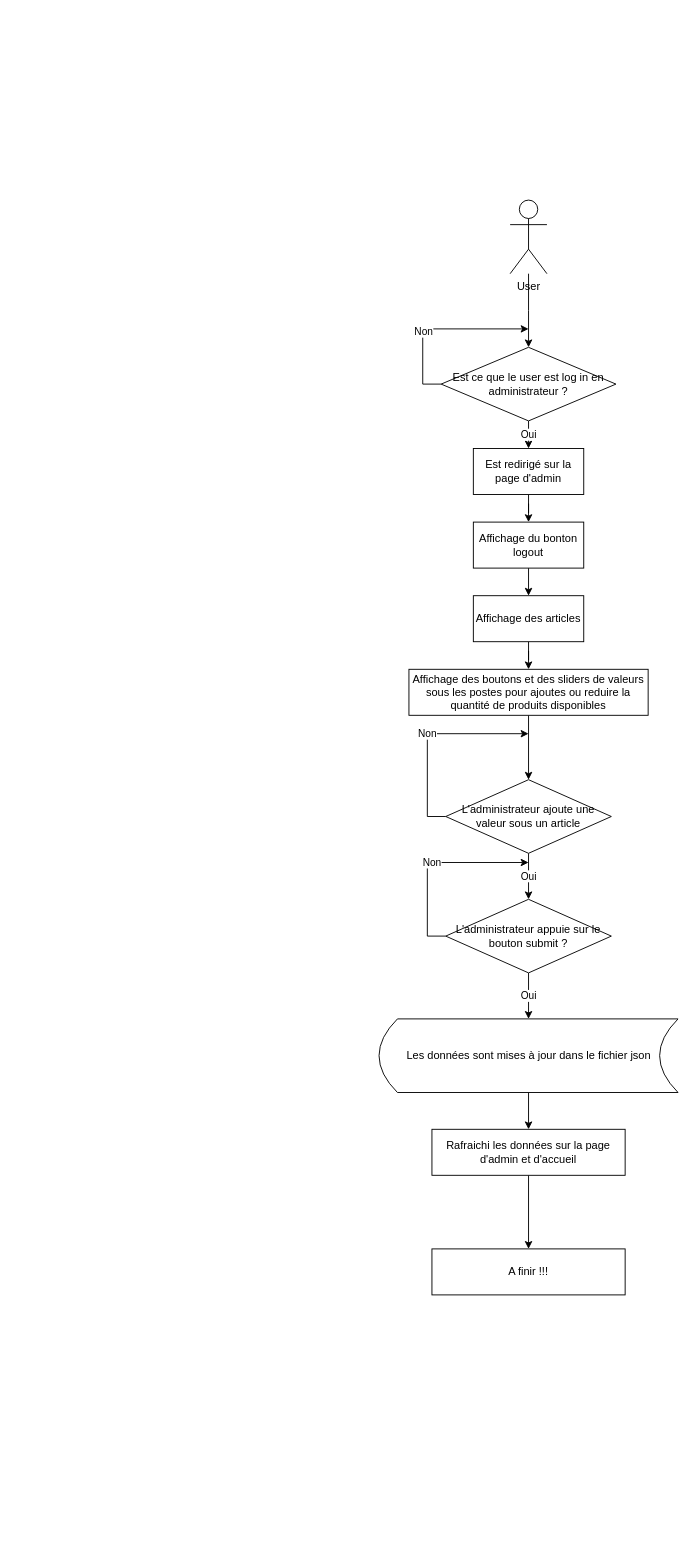
The draw.io diagram page "accès Admin et ajout article" (2 of 3) of Documentation/CDC/Diagramme de flux I-Shoes.drawio in romain-lnr/I_Shoes, before the edit. Source tidied: cells renumbered, new cells numbered last; positions are measured from the earlier drawing's top-left corner, leaving out a move shared by most shapes. Both pictures are drawn from the tidied source at 92%, with x=0, y=0 at pixel (379, 200).
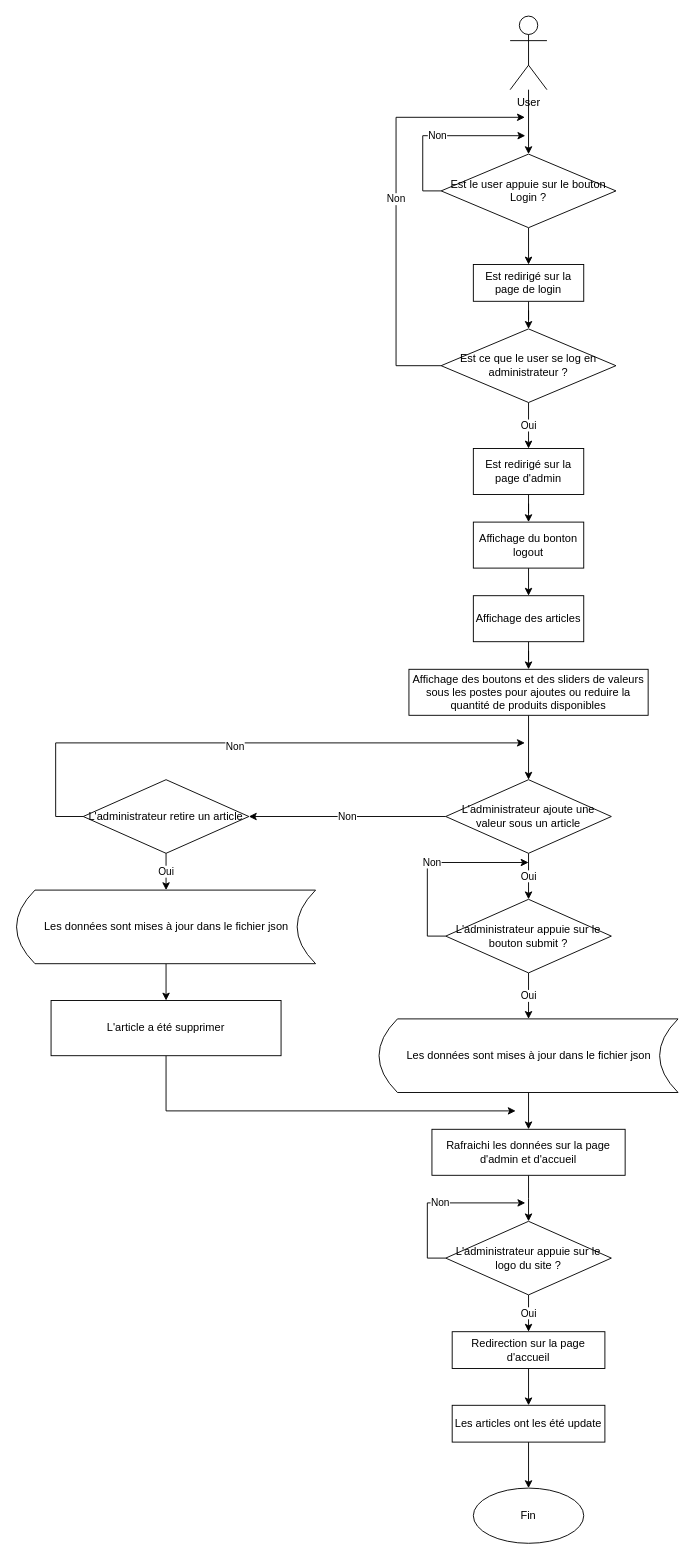
Above is the later version.

Unchanged cells that the change refers to:
```xml
<mxCell id="18" value="L'administrateur ajoute une valeur sous un article" style="rhombus;whiteSpace=wrap;html=1;rounded=0;" parent="1" vertex="1">
  <mxGeometry x="72" y="630" width="180" height="80" as="geometry" />
</mxCell>
<mxCell id="25" value="Rafraichi les données sur la page d'admin et d'accueil" style="whiteSpace=wrap;html=1;" parent="1" vertex="1">
  <mxGeometry x="57" y="1010" width="210" height="50" as="geometry" />
</mxCell>
```

Change to the diagram source:
```diff
@@
+    <mxCell id="27" style="edgeStyle=orthogonalEdgeStyle;rounded=0;jettySize=auto;html=1;" parent="1" edge="1" source="2" target="32">
+      <mxGeometry relative="1" as="geometry" />
+    </mxCell>
     <mxCell id="2" value="User" style="shape=umlActor;verticalLabelPosition=bottom;verticalAlign=top;html=1;outlineConnect=0;" parent="1" vertex="1">
-      <mxGeometry x="142" width="40" height="80" as="geometry" />
+      <mxGeometry x="142" y="-200" width="40" height="80" as="geometry" />
     </mxCell>
-    <mxCell id="3" style="edgeStyle=orthogonalEdgeStyle;rounded=0;jettySize=auto;html=1;" parent="1" edge="1" source="2">
-      <mxGeometry relative="1" as="geometry">
-        <mxPoint x="162" y="160" as="targetPoint" />
-      </mxGeometry>
-    </mxCell>
-    <mxCell id="4" style="edgeStyle=orthogonalEdgeStyle;rounded=0;orthogonalLoop=1;jettySize=auto;html=1;exitX=0;exitY=0.5;exitDx=0;exitDy=0;" parent="1" edge="1">
-      <mxGeometry relative="1" as="geometry">
-        <mxPoint x="67" y="200" as="sourcePoint" />
-        <mxPoint x="162" y="140" as="targetPoint" />
-        <Array as="points">
-          <mxPoint x="47" y="200" />
-          <mxPoint x="47" y="140" />
-        </Array>
-      </mxGeometry>
-    </mxCell>
-    <mxCell id="5" value="Non" style="edgeLabel;html=1;align=center;verticalAlign=middle;" parent="4" vertex="1">
-      <mxGeometry x="-0.2" relative="1" as="geometry" />
-    </mxCell>
@@
+    <mxCell id="28" value="Non" style="edgeStyle=orthogonalEdgeStyle;rounded=0;jettySize=auto;html=1;exitX=0;exitY=0.5;exitDx=0;exitDy=0;" parent="1" edge="1" source="7">
+      <mxGeometry relative="1" as="geometry">
+        <mxPoint x="158" y="-90" as="targetPoint" />
+        <Array as="points">
+          <mxPoint x="18" y="180" />
+          <mxPoint x="18" y="-90" />
+        </Array>
+      </mxGeometry>
+    </mxCell>
-    <mxCell id="7" value="Est ce que le user est log in en administrateur ?" style="rhombus;whiteSpace=wrap;html=1;rounded=0;" parent="1" vertex="1">
-      <mxGeometry x="67" y="160" width="190" height="80" as="geometry" />
+    <mxCell id="7" value="Est ce que le user se log en administrateur ?" style="rhombus;whiteSpace=wrap;html=1;rounded=0;" parent="1" vertex="1">
+      <mxGeometry x="67" y="140" width="190" height="80" as="geometry" />
     </mxCell>
@@
-    <mxCell id="16" value="Non" style="edgeStyle=orthogonalEdgeStyle;rounded=0;jettySize=auto;html=1;exitX=0;exitY=0.5;exitDx=0;exitDy=0;" parent="1" edge="1" source="18">
-      <mxGeometry relative="1" as="geometry">
-        <mxPoint x="162" y="580" as="targetPoint" />
-        <Array as="points">
-          <mxPoint x="52" y="670" />
-          <mxPoint x="52" y="580" />
-        </Array>
-      </mxGeometry>
-    </mxCell>
@@
+    <mxCell id="29" value="Non" style="edgeStyle=orthogonalEdgeStyle;rounded=0;jettySize=auto;html=1;" parent="1" edge="1" source="18" target="45">
+      <mxGeometry relative="1" as="geometry" />
+    </mxCell>
@@
-    <mxCell id="24" style="edgeStyle=orthogonalEdgeStyle;rounded=0;jettySize=auto;html=1;" parent="1" edge="1" source="25" target="26">
-      <mxGeometry relative="1" as="geometry" />
+    <mxCell id="24" style="edgeStyle=orthogonalEdgeStyle;rounded=0;jettySize=auto;html=1;" parent="1" edge="1" source="25">
+      <mxGeometry relative="1" as="geometry">
+        <mxPoint x="162" y="1110" as="targetPoint" />
+      </mxGeometry>
     </mxCell>
@@
-    <mxCell id="26" value="A finir !!!" style="whiteSpace=wrap;html=1;" parent="1" vertex="1">
-      <mxGeometry x="57" y="1140" width="210" height="50" as="geometry" />
-    </mxCell>
+    <mxCell id="30" value="Non" style="edgeStyle=orthogonalEdgeStyle;rounded=0;jettySize=auto;html=1;exitX=0;exitY=0.5;exitDx=0;exitDy=0;" parent="1" edge="1" source="32">
+      <mxGeometry relative="1" as="geometry">
+        <mxPoint x="158" y="-70" as="targetPoint" />
+      </mxGeometry>
+    </mxCell>
+    <mxCell id="31" style="edgeStyle=orthogonalEdgeStyle;rounded=0;jettySize=auto;html=1;" parent="1" edge="1" source="32" target="34">
+      <mxGeometry relative="1" as="geometry" />
+    </mxCell>
+    <mxCell id="32" value="Est le user appuie sur le bouton Login ?" style="rhombus;whiteSpace=wrap;html=1;rounded=0;" parent="1" vertex="1">
+      <mxGeometry x="67" y="-50" width="190" height="80" as="geometry" />
+    </mxCell>
+    <mxCell id="33" style="edgeStyle=orthogonalEdgeStyle;rounded=0;jettySize=auto;html=1;" parent="1" edge="1" source="34" target="7">
+      <mxGeometry relative="1" as="geometry" />
+    </mxCell>
+    <mxCell id="34" value="Est redirigé sur la page de login" style="whiteSpace=wrap;html=1;rounded=0;" parent="1" vertex="1">
+      <mxGeometry x="102" y="70" width="120" height="40" as="geometry" />
+    </mxCell>
+    <mxCell id="35" value="Non" style="edgeStyle=orthogonalEdgeStyle;rounded=0;jettySize=auto;html=1;exitX=0;exitY=0.5;exitDx=0;exitDy=0;" parent="1" edge="1" source="37">
+      <mxGeometry relative="1" as="geometry">
+        <mxPoint x="158" y="1090" as="targetPoint" />
+      </mxGeometry>
+    </mxCell>
+    <mxCell id="36" value="Oui" style="edgeStyle=orthogonalEdgeStyle;rounded=0;jettySize=auto;html=1;" parent="1" edge="1" source="37" target="39">
+      <mxGeometry relative="1" as="geometry" />
+    </mxCell>
+    <mxCell id="37" value="L'administrateur appuie sur le logo du site ?" style="rhombus;whiteSpace=wrap;html=1;rounded=0;" parent="1" vertex="1">
+      <mxGeometry x="72" y="1110" width="180" height="80" as="geometry" />
+    </mxCell>
+    <mxCell id="38" style="edgeStyle=orthogonalEdgeStyle;rounded=0;jettySize=auto;html=1;" parent="1" edge="1" source="39" target="41">
+      <mxGeometry relative="1" as="geometry" />
+    </mxCell>
+    <mxCell id="39" value="Redirection sur la page d'accueil" style="whiteSpace=wrap;html=1;rounded=0;" parent="1" vertex="1">
+      <mxGeometry x="79" y="1230" width="166" height="40" as="geometry" />
+    </mxCell>
+    <mxCell id="40" style="edgeStyle=orthogonalEdgeStyle;rounded=0;jettySize=auto;html=1;" parent="1" edge="1" source="41" target="42">
+      <mxGeometry relative="1" as="geometry" />
+    </mxCell>
+    <mxCell id="41" value="Les articles ont les été update" style="whiteSpace=wrap;html=1;rounded=0;" parent="1" vertex="1">
+      <mxGeometry x="79" y="1310" width="166" height="40" as="geometry" />
+    </mxCell>
+    <mxCell id="42" value="Fin" style="ellipse;whiteSpace=wrap;html=1;" parent="1" vertex="1">
+      <mxGeometry x="102" y="1400" width="120" height="60" as="geometry" />
+    </mxCell>
+    <mxCell id="43" style="edgeStyle=orthogonalEdgeStyle;rounded=0;jettySize=auto;html=1;exitX=0;exitY=0.5;exitDx=0;exitDy=0;" parent="1" edge="1" source="45">
+      <mxGeometry relative="1" as="geometry">
+        <mxPoint x="158" y="590" as="targetPoint" />
+        <Array as="points">
+          <mxPoint x="-352" y="670" />
+          <mxPoint x="-352" y="590" />
+        </Array>
+      </mxGeometry>
+    </mxCell>
+    <mxCell id="5" value="Non" style="edgeLabel;html=1;align=center;verticalAlign=middle;" parent="43" vertex="1">
+      <mxGeometry x="-0.02" y="-3" relative="1" as="geometry" />
+    </mxCell>
+    <mxCell id="44" value="Oui" style="edgeStyle=orthogonalEdgeStyle;rounded=0;jettySize=auto;html=1;" parent="1" edge="1" source="45" target="49">
+      <mxGeometry relative="1" as="geometry" />
+    </mxCell>
+    <mxCell id="45" value="L'administrateur retire un article" style="rhombus;whiteSpace=wrap;html=1;rounded=0;" parent="1" vertex="1">
+      <mxGeometry x="-322" y="630" width="180" height="80" as="geometry" />
+    </mxCell>
+    <mxCell id="46" style="edgeStyle=orthogonalEdgeStyle;rounded=0;jettySize=auto;html=1;exitX=0.5;exitY=1;exitDx=0;exitDy=0;" parent="1" edge="1" source="47">
+      <mxGeometry relative="1" as="geometry">
+        <mxPoint x="148" y="990" as="targetPoint" />
+        <Array as="points">
+          <mxPoint x="-232" y="990" />
+        </Array>
+      </mxGeometry>
+    </mxCell>
+    <mxCell id="47" value="L'article a été supprimer" style="whiteSpace=wrap;html=1;rounded=0;" parent="1" vertex="1">
+      <mxGeometry x="-357" y="870" width="250" height="60" as="geometry" />
+    </mxCell>
+    <mxCell id="48" style="edgeStyle=orthogonalEdgeStyle;rounded=0;jettySize=auto;html=1;" parent="1" edge="1" source="49" target="47">
+      <mxGeometry relative="1" as="geometry" />
+    </mxCell>
+    <mxCell id="49" value="Les données sont mises à jour dans le fichier json" style="shape=dataStorage;whiteSpace=wrap;html=1;fixedSize=1;" parent="1" vertex="1">
+      <mxGeometry x="-394.5" y="750" width="325" height="80" as="geometry" />
+    </mxCell>
```
